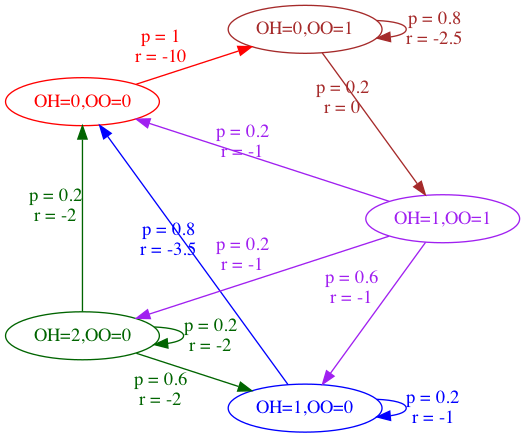
Before: chapter2/simple_inv_mrp.png, a diagram exported from Graphviz (TikhonJelvis/RL-book). Its source is kept beside it as chapter2/simple_inv_mrp.gv.
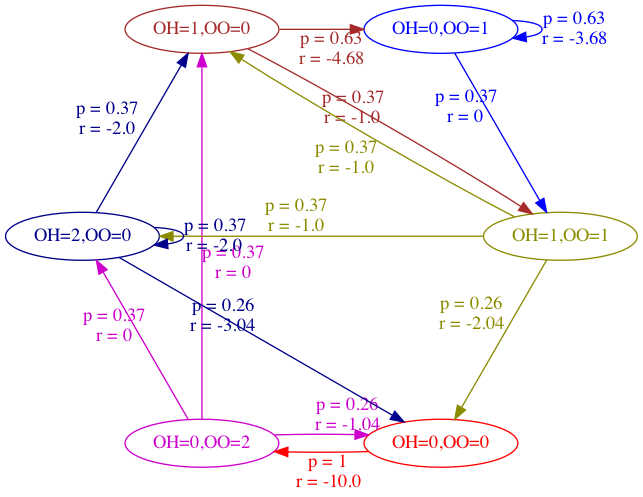
After the change.

The edit, as a diff of the source:
```diff
@@ -3,32 +3,37 @@
   /*
   Sequence of events in a day:
   1: Observe State (On-hand, On-Order) denoted as (OH, OO)
-  2: Take Action (denoted as O): Order 1 unit if OH=0, otherwise order 0
+  2: Take Action (denoted as O): Order max(2 - (OO+OH), 0) units
   3: Record Reward as negative of holding cost of 1 per unit of on-hand inventory
   4: Received order quantity that was placed the previous day
-  5: Experience random demand with probabilities:  P(0) = 0.2, P(1) = 0.6, P(2) = 0.2
+  5: Experience poisson random demand with poisson mean = 1.0
   6: Record Reward as negative of stockout cost of 10 per unit of missed sale from demand
   */
   layout="circo"
   A [label="OH=0,OO=0", color=Red, fontcolor=Red]
-  B [label="OH=1,OO=0", color=Blue, fontcolor=Blue]
-  C [label="OH=2,OO=0", color=darkgreen, fontcolor=darkgreen]
-  D [label="OH=0,OO=1", color=Brown, fontcolor=Brown]
-  E [label="OH=1,OO=1", color=Purple, fontcolor=Purple]
+  B [label="OH=0,OO=1", color=Blue, fontcolor=Blue]
+  C [label="OH=0,OO=2", color=magenta3, fontcolor=magenta3]
+  D [label="OH=1,OO=0", color=Brown, fontcolor=Brown]
+  E [label="OH=1,OO=1", color=yellow4, fontcolor=yellow4]
+  F [label="OH=2,OO=0", color=blue4, fontcolor=blue4]
 
-  A->D [label="p = 1\nr = -10", color=Red, fontcolor=Red]
+  A->C [label="p = 1\nr = -10.0", color=Red, fontcolor=Red]
 
-  B->A [label="p = 0.8\nr = -3.5", color=Blue, fontcolor=Blue]
-  B->B [label="p = 0.2\nr = -1", color=Blue, fontcolor=Blue]
+  B->B [label="p = 0.63\nr = -3.68", color=Blue, fontcolor=Blue]
+  B->E [label="p = 0.37\nr = 0", color=Blue, fontcolor=Blue]
 
-  C->A [label="p = 0.2\nr = -2", color=darkgreen, fontcolor=darkgreen]
-  C->B [label="p = 0.6\nr = -2", color=darkgreen, fontcolor=darkgreen]
-  C->C [label="p = 0.2\nr = -2", color=darkgreen, fontcolor=darkgreen]
+  C->A [label="p = 0.26\nr = -1.04", color=magenta3, fontcolor=magenta3]
+  C->D [label="p = 0.37\nr = 0", color=magenta3, fontcolor=magenta3]
+  C->F [label="p = 0.37\nr = 0", color=magenta3, fontcolor=magenta3]
 
-  D->D [label="p = 0.8\nr = -2.5", color=Brown, fontcolor=Brown]
-  D->E [label="p = 0.2\nr = 0", color=Brown, fontcolor=Brown]
+  D->B [label="p = 0.63\nr = -4.68", color=Brown, fontcolor=Brown]
+  D->E [label="p = 0.37\nr = -1.0", color=Brown, fontcolor=Brown]
 
-  E->A [label="p = 0.2\nr = -1", color=Purple, fontcolor=Purple]
-  E->B [label="p = 0.6\nr = -1", color=Purple, fontcolor=Purple]
-  E->C [label="p = 0.2\nr = -1", color=Purple, fontcolor=Purple]
+  E->A [label="p = 0.26\nr = -2.04", color=yellow4, fontcolor=yellow4]
+  E->D [label="p = 0.37\nr = -1.0", color=yellow4, fontcolor=yellow4]
+  E->F [label="p = 0.37\nr = -1.0", color=yellow4, fontcolor=yellow4]
+
+  F->A [label="p = 0.26\nr = -3.04", color=blue4, fontcolor=blue4]
+  F->D [label="p = 0.37\nr = -2.0", color=blue4, fontcolor=blue4]
+  F->F [label="p = 0.37\nr = -2.0", color=blue4, fontcolor=blue4]
 }
```
